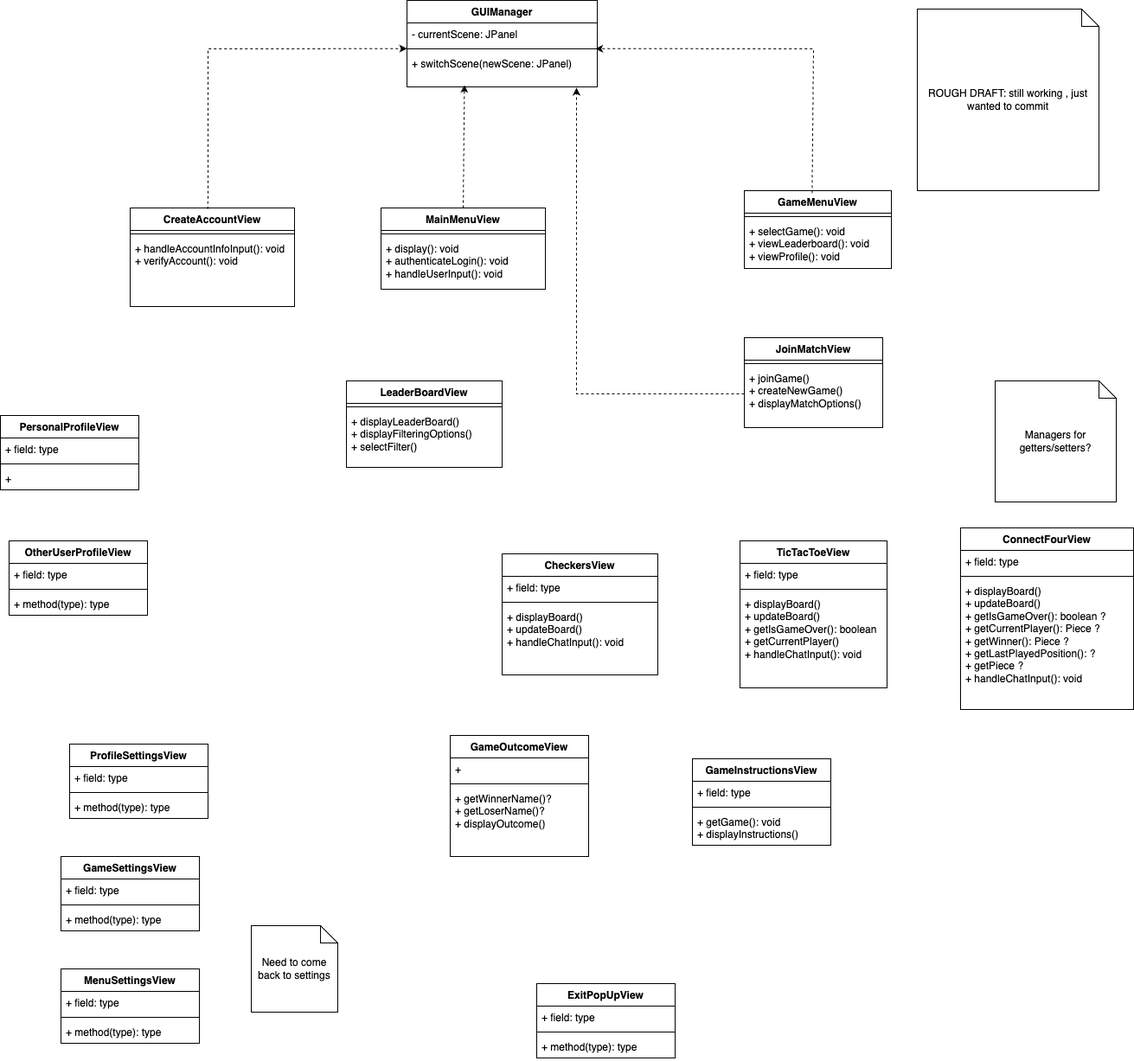
Earlier version of the draw.io export GUI_documents/GUI_structure_diagram.png (illiteratewaffle/RetroArcade). Source tidied: cells renumbered, new cells last; positions are measured from the earlier drawing's top-left corner, leaving out a move shared by most shapes.
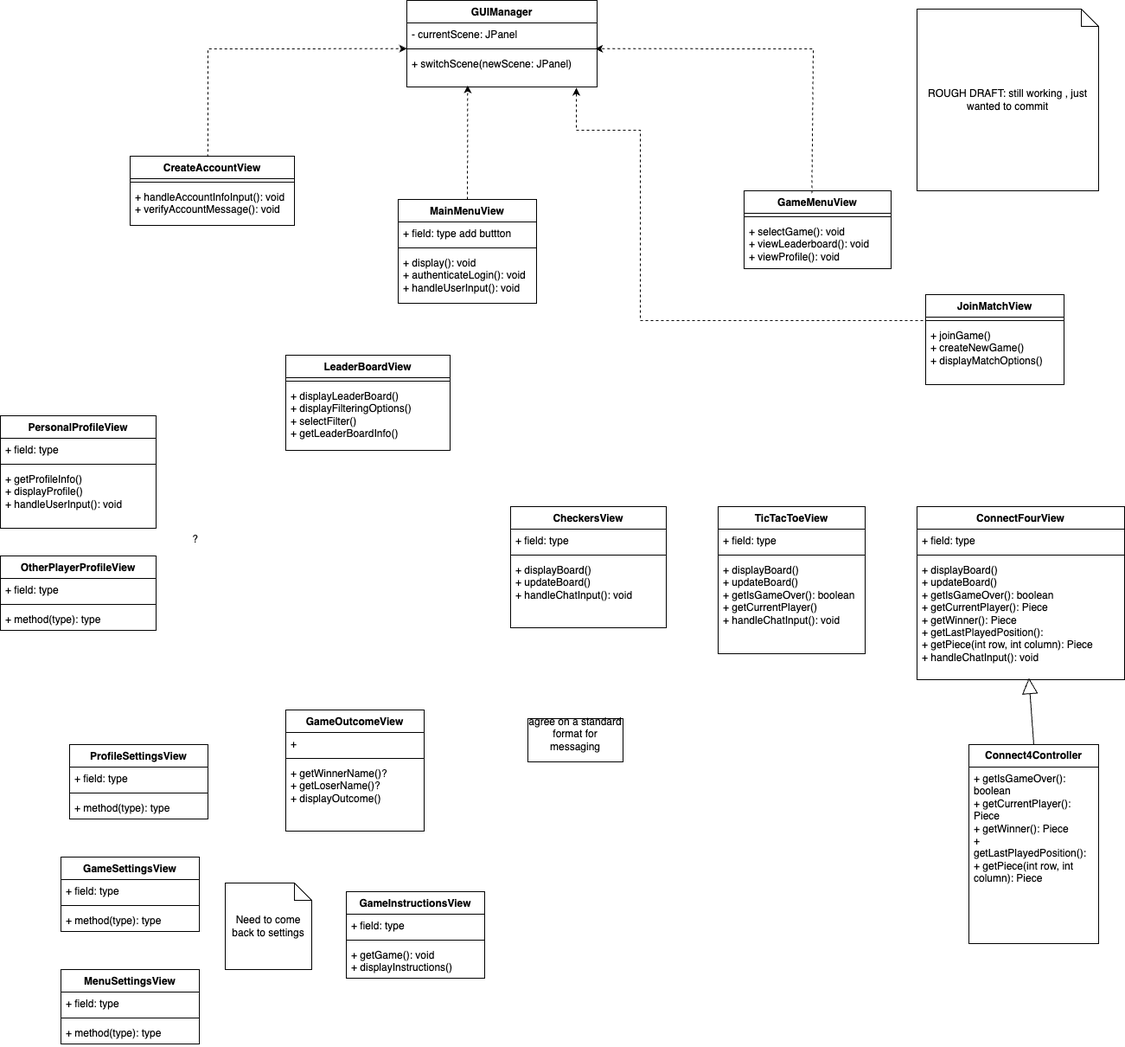
Later version of the same file.

Commit message:
Minor changes to structure such as function names (ignore controller class)

Diff of the diagram source:
```diff
@@ -16,11 +16,2 @@
     </mxCell>
-    <mxCell id="6" value="MainMenuView" style="swimlane;fontStyle=1;align=center;verticalAlign=top;horizontal=1;startSize=26;whiteSpace=wrap;html=1;" parent="1" vertex="1">
-      <mxGeometry x="440" y="240" width="190" height="94" as="geometry" />
-    </mxCell>
-    <mxCell id="7" style="line;strokeWidth=1;fillColor=none;align=left;verticalAlign=middle;spacingTop=-1;spacingLeft=3;spacingRight=3;labelPosition=right;strokeColor=inherit;" parent="6" vertex="1">
-      <mxGeometry y="26" width="190" height="8" as="geometry" />
-    </mxCell>
-    <mxCell id="8" value="+ display(): void&lt;div&gt;+ authenticateLogin(): void&lt;/div&gt;&lt;div&gt;+ handleUserInput(): void&lt;/div&gt;" style="text;strokeColor=none;fillColor=none;align=left;verticalAlign=top;spacingLeft=4;spacingRight=4;overflow=hidden;whiteSpace=wrap;html=1;" parent="6" vertex="1">
-      <mxGeometry y="34" width="190" height="60" as="geometry" />
-    </mxCell>
     <mxCell id="9" value="GameMenuView" style="swimlane;fontStyle=1;align=center;verticalAlign=top;horizontal=1;startSize=26;whiteSpace=wrap;html=1;" parent="1" vertex="1">
@@ -34,3 +25,3 @@
     </mxCell>
-    <mxCell id="12" style="endArrow=classic;html=1;rounded=0;exitX=0.5;exitY=0;exitDx=0;exitDy=0;dashed=1;entryX=0.302;entryY=0.946;entryDx=0;entryDy=0;entryPerimeter=0;" parent="1" edge="1" source="6" target="5">
+    <mxCell id="12" style="endArrow=classic;html=1;rounded=0;dashed=1;entryX=0.32;entryY=0.958;entryDx=0;entryDy=0;entryPerimeter=0;exitX=0.5;exitY=0;exitDx=0;exitDy=0;" parent="1" edge="1" source="6" target="5">
       <mxGeometry relative="1" as="geometry" />
@@ -38,3 +29,3 @@
     <mxCell id="13" value="CheckersView" style="swimlane;fontStyle=1;align=center;verticalAlign=top;horizontal=1;startSize=26;whiteSpace=wrap;html=1;" parent="1" vertex="1">
-      <mxGeometry x="580" y="640" width="180" height="140" as="geometry" />
+      <mxGeometry x="590" y="585" width="180" height="140" as="geometry" />
     </mxCell>
@@ -50,3 +41,3 @@
     <mxCell id="17" value="TicTacToeView" style="swimlane;fontStyle=1;align=center;verticalAlign=top;horizontal=1;startSize=26;whiteSpace=wrap;html=1;" parent="1" vertex="1">
-      <mxGeometry x="855" y="625" width="170" height="170" as="geometry" />
+      <mxGeometry x="830" y="585" width="170" height="170" as="geometry" />
     </mxCell>
@@ -62,17 +53,20 @@
     <mxCell id="21" value="ConnectFourView" style="swimlane;fontStyle=1;align=center;verticalAlign=top;horizontal=1;startSize=26;whiteSpace=wrap;html=1;" parent="1" vertex="1">
-      <mxGeometry x="1110" y="610" width="200" height="210" as="geometry" />
+      <mxGeometry x="1060" y="585" width="240" height="200" as="geometry" />
     </mxCell>
     <mxCell id="22" value="+ field: type" style="text;strokeColor=none;fillColor=none;align=left;verticalAlign=top;spacingLeft=4;spacingRight=4;overflow=hidden;whiteSpace=wrap;html=1;" parent="21" vertex="1">
-      <mxGeometry y="26" width="200" height="26" as="geometry" />
+      <mxGeometry y="26" width="240" height="26" as="geometry" />
     </mxCell>
     <mxCell id="23" style="line;strokeWidth=1;fillColor=none;align=left;verticalAlign=middle;spacingTop=-1;spacingLeft=3;spacingRight=3;labelPosition=right;strokeColor=inherit;" parent="21" vertex="1">
-      <mxGeometry y="52" width="200" height="8" as="geometry" />
+      <mxGeometry y="52" width="240" height="8" as="geometry" />
     </mxCell>
-    <mxCell id="24" value="+ displayBoard()&lt;div&gt;+ updateBoard()&lt;/div&gt;&lt;div&gt;&lt;span style=&quot;background-color: transparent; color: light-dark(rgb(0, 0, 0), rgb(255, 255, 255));&quot;&gt;+ getIsGameOver(): boolean ?&lt;/span&gt;&lt;/div&gt;&lt;div&gt;+ getCurrentPlayer(): Piece ?&lt;/div&gt;&lt;div&gt;+ getWinner(): Piece ?&lt;/div&gt;&lt;div&gt;+ getLastPlayedPosition(): ?&amp;nbsp;&lt;/div&gt;&lt;div&gt;+ getPiece ?&lt;/div&gt;&lt;div&gt;+ handleChatInput(): void&amp;nbsp;&lt;/div&gt;" style="text;strokeColor=none;fillColor=none;align=left;verticalAlign=top;spacingLeft=4;spacingRight=4;overflow=hidden;points=[[0,0.5],[1,0.5]];portConstraint=eastwest;whiteSpace=wrap;html=1;" parent="21" vertex="1">
-      <mxGeometry y="60" width="200" height="150" as="geometry" />
+    <mxCell id="24" value="+ displayBoard()&lt;div&gt;+ updateBoard()&lt;/div&gt;&lt;div&gt;&lt;span style=&quot;background-color: transparent; color: light-dark(rgb(0, 0, 0), rgb(255, 255, 255));&quot;&gt;+ getIsGameOver(): boolean&amp;nbsp;&lt;/span&gt;&lt;/div&gt;&lt;div&gt;+ getCurrentPlayer(): Piece&amp;nbsp;&lt;/div&gt;&lt;div&gt;+ getWinner(): Piece&amp;nbsp;&lt;/div&gt;&lt;div&gt;+ getLastPlayedPosition():&amp;nbsp;&amp;nbsp;&lt;/div&gt;&lt;div&gt;+ getPiece(int row, int column): Piece&amp;nbsp;&amp;nbsp;&lt;/div&gt;&lt;div&gt;+ handleChatInput(): void&amp;nbsp;&lt;/div&gt;" style="text;strokeColor=none;fillColor=none;align=left;verticalAlign=top;spacingLeft=4;spacingRight=4;overflow=hidden;points=[[0,0.5],[1,0.5]];portConstraint=eastwest;whiteSpace=wrap;html=1;" parent="21" vertex="1">
+      <mxGeometry y="60" width="240" height="140" as="geometry" />
     </mxCell>
-    <mxCell id="25" style="edgeStyle=orthogonalEdgeStyle;rounded=0;jettySize=auto;html=1;entryX=0.891;entryY=1.025;entryDx=0;entryDy=0;entryPerimeter=0;dashed=1;" parent="1" edge="1" source="26" target="5">
+    <mxCell id="25" style="edgeStyle=orthogonalEdgeStyle;rounded=0;jettySize=auto;html=1;entryX=0.891;entryY=1.025;entryDx=0;entryDy=0;entryPerimeter=0;dashed=1;exitX=0;exitY=0.5;exitDx=0;exitDy=0;" parent="1" edge="1" source="28" target="5">
       <mxGeometry relative="1" as="geometry">
         <Array as="points">
-          <mxPoint x="666" y="455" />
+          <mxPoint x="1070" y="370" />
+          <mxPoint x="740" y="370" />
+          <mxPoint x="740" y="150" />
+          <mxPoint x="666" y="150" />
         </Array>
@@ -81,3 +75,3 @@
     <mxCell id="26" value="JoinMatchView" style="swimlane;fontStyle=1;align=center;verticalAlign=top;horizontal=1;startSize=26;whiteSpace=wrap;html=1;" parent="1" vertex="1">
-      <mxGeometry x="860" y="390" width="160" height="104" as="geometry" />
+      <mxGeometry x="1070" y="340" width="160" height="104" as="geometry" />
     </mxCell>
@@ -90,12 +84,12 @@
     <mxCell id="29" value="LeaderBoardView" style="swimlane;fontStyle=1;align=center;verticalAlign=top;horizontal=1;startSize=26;whiteSpace=wrap;html=1;" parent="1" vertex="1">
-      <mxGeometry x="400" y="440" width="180" height="100" as="geometry" />
+      <mxGeometry x="330" y="410" width="190" height="110" as="geometry" />
     </mxCell>
     <mxCell id="30" style="line;strokeWidth=1;fillColor=none;align=left;verticalAlign=middle;spacingTop=-1;spacingLeft=3;spacingRight=3;labelPosition=right;strokeColor=inherit;" parent="29" vertex="1">
-      <mxGeometry y="26" width="180" height="8" as="geometry" />
+      <mxGeometry y="26" width="190" height="8" as="geometry" />
     </mxCell>
-    <mxCell id="31" value="&lt;div&gt;+ displayLeaderBoard()&lt;/div&gt;&lt;div&gt;+ displayFilteringOptions()&lt;div&gt;+ selectFilter()&lt;/div&gt;&lt;/div&gt;&lt;div&gt;&lt;br&gt;&lt;/div&gt;&lt;div&gt;&lt;br&gt;&lt;/div&gt;" style="text;strokeColor=none;fillColor=none;align=left;verticalAlign=top;spacingLeft=4;spacingRight=4;overflow=hidden;whiteSpace=wrap;html=1;" parent="29" vertex="1">
-      <mxGeometry y="34" width="180" height="66" as="geometry" />
+    <mxCell id="31" value="&lt;div&gt;+ displayLeaderBoard()&lt;/div&gt;&lt;div&gt;+ displayFilteringOptions()&lt;div&gt;+ selectFilter()&lt;/div&gt;&lt;/div&gt;&lt;div&gt;+ getLeaderBoardInfo()&lt;/div&gt;&lt;div&gt;&lt;br&gt;&lt;/div&gt;&lt;div&gt;&lt;br&gt;&lt;/div&gt;" style="text;strokeColor=none;fillColor=none;align=left;verticalAlign=top;spacingLeft=4;spacingRight=4;overflow=hidden;whiteSpace=wrap;html=1;" parent="29" vertex="1">
+      <mxGeometry y="34" width="190" height="76" as="geometry" />
     </mxCell>
     <mxCell id="32" value="CreateAccountView" style="swimlane;fontStyle=1;align=center;verticalAlign=top;horizontal=1;startSize=26;whiteSpace=wrap;html=1;" parent="1" vertex="1">
-      <mxGeometry x="150" y="240" width="190" height="114" as="geometry" />
+      <mxGeometry x="150" y="180" width="190" height="80" as="geometry" />
     </mxCell>
@@ -104,7 +98,7 @@
     </mxCell>
-    <mxCell id="34" value="+ handleAccountInfoInput(): void&lt;div&gt;+ verifyAccount(): void&lt;/div&gt;&lt;div&gt;&amp;nbsp;&lt;/div&gt;" style="text;strokeColor=none;fillColor=none;align=left;verticalAlign=top;spacingLeft=4;spacingRight=4;overflow=hidden;whiteSpace=wrap;html=1;" parent="32" vertex="1">
-      <mxGeometry y="34" width="190" height="80" as="geometry" />
+    <mxCell id="34" value="+ handleAccountInfoInput(): void&lt;div&gt;+ verifyAccountMessage(): void&lt;/div&gt;&lt;div&gt;&amp;nbsp;&lt;/div&gt;" style="text;strokeColor=none;fillColor=none;align=left;verticalAlign=top;spacingLeft=4;spacingRight=4;overflow=hidden;whiteSpace=wrap;html=1;" parent="32" vertex="1">
+      <mxGeometry y="34" width="190" height="46" as="geometry" />
     </mxCell>
     <mxCell id="35" value="GameOutcomeView" style="swimlane;fontStyle=1;align=center;verticalAlign=top;horizontal=1;startSize=26;whiteSpace=wrap;html=1;" parent="1" vertex="1">
-      <mxGeometry x="520" y="850" width="160" height="140" as="geometry" />
+      <mxGeometry x="330" y="820" width="160" height="140" as="geometry" />
     </mxCell>
@@ -120,3 +114,3 @@
     <mxCell id="39" value="GameInstructionsView" style="swimlane;fontStyle=1;align=center;verticalAlign=top;horizontal=1;startSize=26;whiteSpace=wrap;html=1;" parent="1" vertex="1">
-      <mxGeometry x="800" y="877" width="160" height="100" as="geometry" />
+      <mxGeometry x="400" y="1030" width="160" height="100" as="geometry" />
     </mxCell>
@@ -132,24 +126,24 @@
     <mxCell id="43" value="PersonalProfileView" style="swimlane;fontStyle=1;align=center;verticalAlign=top;horizontal=1;startSize=26;whiteSpace=wrap;html=1;" parent="1" vertex="1">
-      <mxGeometry y="480" width="160" height="86" as="geometry" />
+      <mxGeometry y="480" width="180" height="130" as="geometry" />
     </mxCell>
     <mxCell id="44" value="+ field: type" style="text;strokeColor=none;fillColor=none;align=left;verticalAlign=top;spacingLeft=4;spacingRight=4;overflow=hidden;whiteSpace=wrap;html=1;" parent="43" vertex="1">
-      <mxGeometry y="26" width="160" height="26" as="geometry" />
+      <mxGeometry y="26" width="180" height="26" as="geometry" />
     </mxCell>
     <mxCell id="45" style="line;strokeWidth=1;fillColor=none;align=left;verticalAlign=middle;spacingTop=-1;spacingLeft=3;spacingRight=3;labelPosition=right;strokeColor=inherit;" parent="43" vertex="1">
-      <mxGeometry y="52" width="160" height="8" as="geometry" />
+      <mxGeometry y="52" width="180" height="8" as="geometry" />
     </mxCell>
-    <mxCell id="46" value="+&amp;nbsp;" style="text;strokeColor=none;fillColor=none;align=left;verticalAlign=top;spacingLeft=4;spacingRight=4;overflow=hidden;whiteSpace=wrap;html=1;" parent="43" vertex="1">
-      <mxGeometry y="60" width="160" height="26" as="geometry" />
+    <mxCell id="46" value="+ getProfileInfo()&lt;div&gt;+ displayProfile()&lt;br&gt;+ handleUserInput(): void&lt;/div&gt;" style="text;strokeColor=none;fillColor=none;align=left;verticalAlign=top;spacingLeft=4;spacingRight=4;overflow=hidden;whiteSpace=wrap;html=1;" parent="43" vertex="1">
+      <mxGeometry y="60" width="180" height="70" as="geometry" />
     </mxCell>
-    <mxCell id="47" value="OtherUserProfileView" style="swimlane;fontStyle=1;align=center;verticalAlign=top;horizontal=1;startSize=26;whiteSpace=wrap;html=1;" parent="1" vertex="1">
-      <mxGeometry x="10" y="625" width="160" height="86" as="geometry" />
+    <mxCell id="47" value="OtherPlayerProfileView" style="swimlane;fontStyle=1;align=center;verticalAlign=top;horizontal=1;startSize=26;whiteSpace=wrap;html=1;" parent="1" vertex="1">
+      <mxGeometry y="642" width="180" height="86" as="geometry" />
     </mxCell>
     <mxCell id="48" value="+ field: type" style="text;strokeColor=none;fillColor=none;align=left;verticalAlign=top;spacingLeft=4;spacingRight=4;overflow=hidden;whiteSpace=wrap;html=1;" parent="47" vertex="1">
-      <mxGeometry y="26" width="160" height="26" as="geometry" />
+      <mxGeometry y="26" width="180" height="26" as="geometry" />
     </mxCell>
     <mxCell id="49" style="line;strokeWidth=1;fillColor=none;align=left;verticalAlign=middle;spacingTop=-1;spacingLeft=3;spacingRight=3;labelPosition=right;strokeColor=inherit;" parent="47" vertex="1">
-      <mxGeometry y="52" width="160" height="8" as="geometry" />
+      <mxGeometry y="52" width="180" height="8" as="geometry" />
     </mxCell>
     <mxCell id="50" value="+ method(type): type" style="text;strokeColor=none;fillColor=none;align=left;verticalAlign=top;spacingLeft=4;spacingRight=4;overflow=hidden;whiteSpace=wrap;html=1;" parent="47" vertex="1">
-      <mxGeometry y="60" width="160" height="26" as="geometry" />
+      <mxGeometry y="60" width="180" height="26" as="geometry" />
     </mxCell>
@@ -192,16 +186,4 @@
     <mxCell id="63" value="Need to come back to settings" style="shape=note;size=20;whiteSpace=wrap;html=1;" parent="1" vertex="1">
-      <mxGeometry x="290" y="1070" width="100" height="100" as="geometry" />
+      <mxGeometry x="260" y="1020" width="100" height="100" as="geometry" />
     </mxCell>
-    <mxCell id="64" value="ExitPopUpView" style="swimlane;fontStyle=1;align=center;verticalAlign=top;horizontal=1;startSize=26;whiteSpace=wrap;html=1;" parent="1" vertex="1">
-      <mxGeometry x="620" y="1137" width="160" height="86" as="geometry" />
-    </mxCell>
-    <mxCell id="65" value="+ field: type" style="text;strokeColor=none;fillColor=none;align=left;verticalAlign=top;spacingLeft=4;spacingRight=4;overflow=hidden;whiteSpace=wrap;html=1;" parent="64" vertex="1">
-      <mxGeometry y="26" width="160" height="26" as="geometry" />
-    </mxCell>
-    <mxCell id="66" style="line;strokeWidth=1;fillColor=none;align=left;verticalAlign=middle;spacingTop=-1;spacingLeft=3;spacingRight=3;labelPosition=right;strokeColor=inherit;" parent="64" vertex="1">
-      <mxGeometry y="52" width="160" height="8" as="geometry" />
-    </mxCell>
-    <mxCell id="67" value="+ method(type): type" style="text;strokeColor=none;fillColor=none;align=left;verticalAlign=top;spacingLeft=4;spacingRight=4;overflow=hidden;whiteSpace=wrap;html=1;" parent="64" vertex="1">
-      <mxGeometry y="60" width="160" height="26" as="geometry" />
-    </mxCell>
     <mxCell id="68" style="endArrow=classic;html=1;rounded=0;entryX=0.001;entryY=1.146;entryDx=0;entryDy=0;entryPerimeter=0;exitX=0.473;exitY=0.01;exitDx=0;exitDy=0;exitPerimeter=0;dashed=1;" parent="1" edge="1" source="32" target="3">
@@ -223,5 +205,29 @@
     </mxCell>
-    <mxCell id="71" value="Managers for getters/setters?" style="shape=note;size=20;whiteSpace=wrap;html=1;" parent="1" vertex="1">
-      <mxGeometry x="1150" y="440" width="140" height="140" as="geometry" />
-    </mxCell>
+    <mxCell id="6" value="MainMenuView" style="swimlane;fontStyle=1;align=center;verticalAlign=top;horizontal=1;startSize=26;whiteSpace=wrap;html=1;" parent="1" vertex="1">
+      <mxGeometry x="460" y="230" width="160" height="120" as="geometry" />
+    </mxCell>
+    <mxCell id="72" value="+ field: type add buttton" style="text;strokeColor=none;fillColor=none;align=left;verticalAlign=top;spacingLeft=4;spacingRight=4;overflow=hidden;whiteSpace=wrap;html=1;" parent="6" vertex="1">
+      <mxGeometry y="26" width="160" height="26" as="geometry" />
+    </mxCell>
+    <mxCell id="66" style="line;strokeWidth=1;fillColor=none;align=left;verticalAlign=middle;spacingTop=-1;spacingLeft=3;spacingRight=3;labelPosition=right;strokeColor=inherit;" parent="6" vertex="1">
+      <mxGeometry y="52" width="160" height="8" as="geometry" />
+    </mxCell>
+    <mxCell id="8" value="+ display(): void&lt;div&gt;+ authenticateLogin(): void&lt;/div&gt;&lt;div&gt;+ handleUserInput(): void&lt;/div&gt;" style="text;strokeColor=none;fillColor=none;align=left;verticalAlign=top;spacingLeft=4;spacingRight=4;overflow=hidden;whiteSpace=wrap;html=1;" parent="6" vertex="1">
+      <mxGeometry y="60" width="160" height="60" as="geometry" />
+    </mxCell>
+    <mxCell id="73" value="?" style="text;html=1;align=center;verticalAlign=middle;strokeColor=none;fillColor=none;" parent="1" vertex="1">
+      <mxGeometry x="210" y="608" width="30" height="30" as="geometry" />
+    </mxCell>
+    <mxCell id="74" value="&lt;b&gt;Connect4Controller&lt;/b&gt;" style="swimlane;fontStyle=0;horizontal=1;startSize=26;fillColor=none;whiteSpace=wrap;html=1;" parent="1" vertex="1">
+      <mxGeometry x="1120" y="860" width="150" height="230" as="geometry" />
+    </mxCell>
+    <mxCell id="75" value="&lt;div&gt;&lt;div&gt;&lt;span style=&quot;background-color: transparent; color: light-dark(rgb(0, 0, 0), rgb(255, 255, 255));&quot;&gt;+ getIsGameOver(): boolean&amp;nbsp;&lt;/span&gt;&lt;/div&gt;&lt;div&gt;+ getCurrentPlayer(): Piece&amp;nbsp;&lt;/div&gt;&lt;div&gt;+ getWinner(): Piece&amp;nbsp;&lt;/div&gt;&lt;div&gt;+ getLastPlayedPosition():&amp;nbsp;&amp;nbsp;&lt;/div&gt;&lt;div&gt;+ getPiece(int row, int column): Piece&lt;/div&gt;&lt;/div&gt;" style="text;strokeColor=none;fillColor=none;align=left;verticalAlign=top;spacingLeft=4;spacingRight=4;overflow=hidden;whiteSpace=wrap;html=1;" parent="74" vertex="1">
+      <mxGeometry y="26" width="150" height="204" as="geometry" />
+    </mxCell>
+    <mxCell id="76" style="endArrow=block;endSize=16;endFill=0;html=1;rounded=0;entryX=0.539;entryY=0.986;entryDx=0;entryDy=0;entryPerimeter=0;exitX=0.5;exitY=0;exitDx=0;exitDy=0;" parent="1" edge="1" source="74" target="24">
+      <mxGeometry relative="1" as="geometry" />
+    </mxCell>
+    <mxCell id="77" value="agree on a standard format for messaging&lt;div&gt;&lt;br&gt;&lt;/div&gt;" style="html=1;whiteSpace=wrap;" parent="1" vertex="1">
+      <mxGeometry x="610" y="830" width="110" height="50" as="geometry" />
+    </mxCell>
   </root>
```
